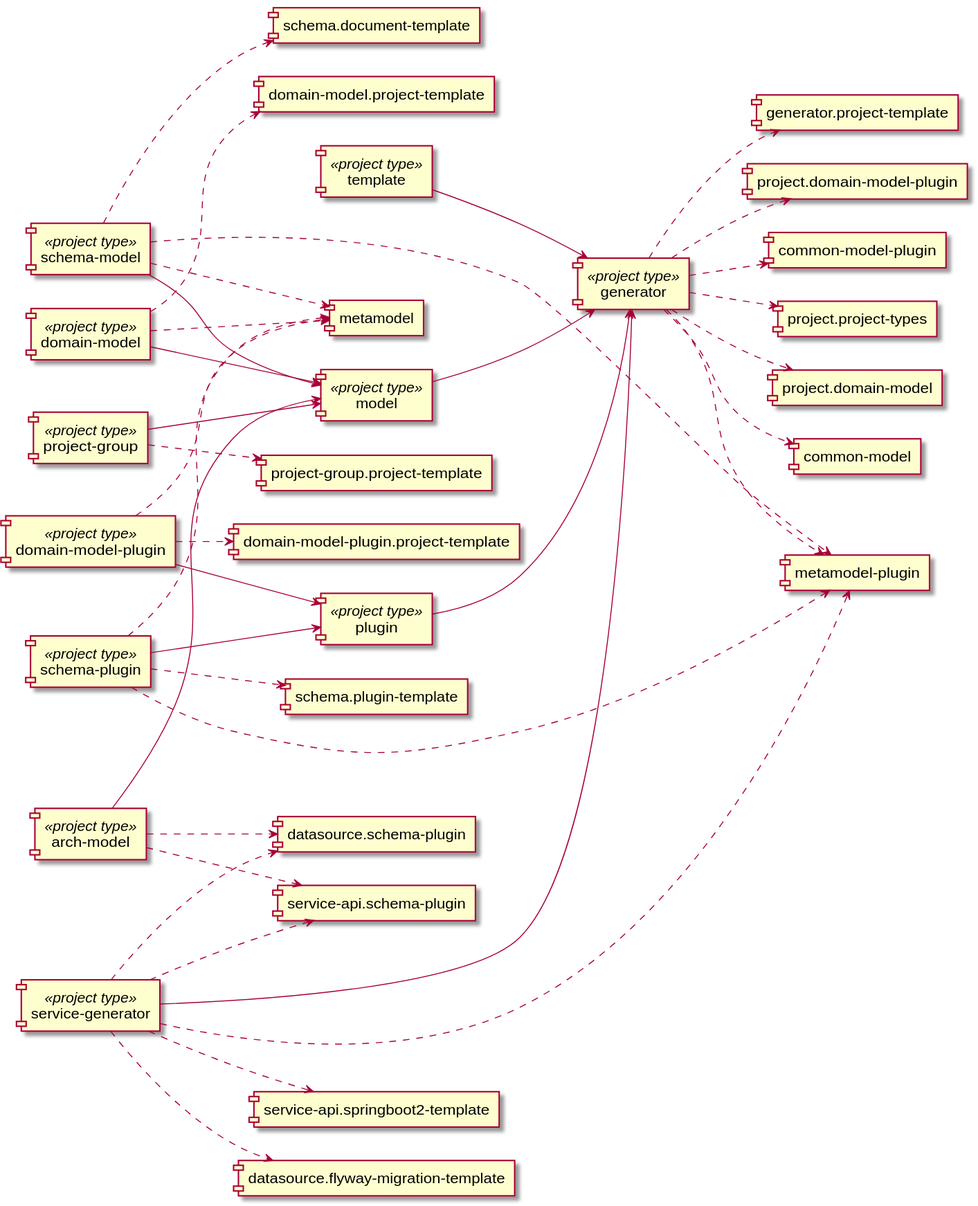
Above: doc/image/project-dependency-graph.svg in laplacian-core/project-group.project-template (PlantUML), before the change.
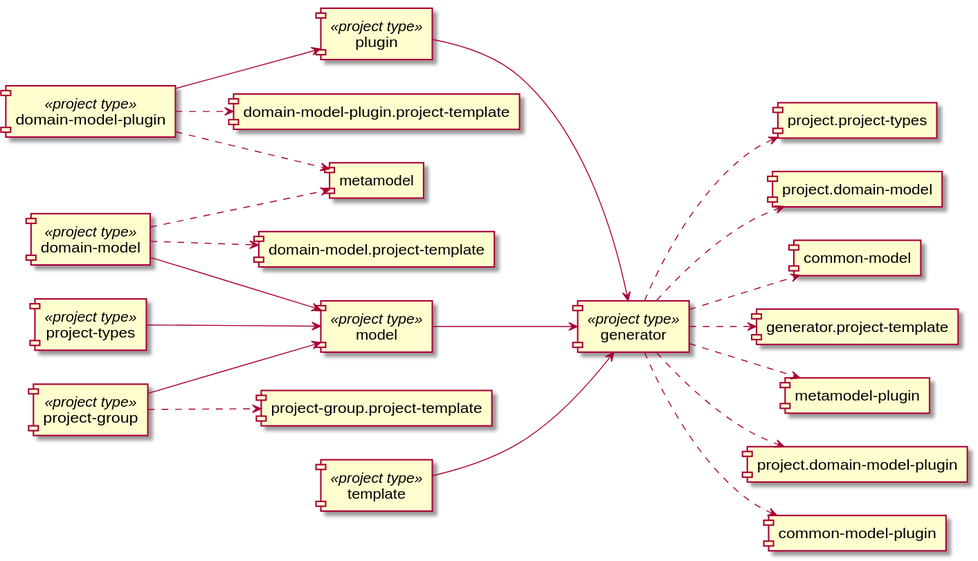
The same diagram one commit later.

Commit message:
add project-types dependency to the install script

The edit, as a diff of the source:
```diff
@@ -1,36 +1,27 @@
 @startuml
 left to right direction
 
-[arch-model] <<project type>>
 [domain-model-plugin] <<project type>>
 [domain-model] <<project type>>
 [generator] <<project type>>
 [model] <<project type>>
 [plugin] <<project type>>
 [project-group] <<project type>>
-[schema-model] <<project type>>
-[schema-plugin] <<project type>>
-[service-generator] <<project type>>
+[project-types] <<project type>>
 [template] <<project type>>
 
 
-[arch-model] --> [model]
 [domain-model-plugin] --> [plugin]
 [domain-model] --> [model]
 [model] --> [generator]
 [plugin] --> [generator]
 [project-group] --> [model]
-[schema-model] --> [model]
-[schema-plugin] --> [plugin]
-[service-generator] --> [generator]
+[project-types] --> [model]
 [template] --> [generator]
 
 
 
 
-
-  [arch-model] ..> [datasource.schema-plugin]
-  [arch-model] ..> [service-api.schema-plugin]
 
   [domain-model-plugin] ..> [metamodel]
   [domain-model-plugin] ..> [domain-model-plugin.project-template]
@@ -50,19 +41,6 @@
 
   [project-group] ..> [project-group.project-template]
 
-  [schema-model] ..> [metamodel]
-  [schema-model] ..> [schema.document-template]
-  [schema-model] ..> [metamodel-plugin]
-
-  [schema-plugin] ..> [metamodel]
-  [schema-plugin] ..> [schema.plugin-template]
-  [schema-plugin] ..> [metamodel-plugin]
-
-  [service-generator] ..> [datasource.flyway-migration-template]
-  [service-generator] ..> [service-api.springboot2-template]
-  [service-generator] ..> [metamodel-plugin]
-  [service-generator] ..> [datasource.schema-plugin]
-  [service-generator] ..> [service-api.schema-plugin]
 
 
 
```
